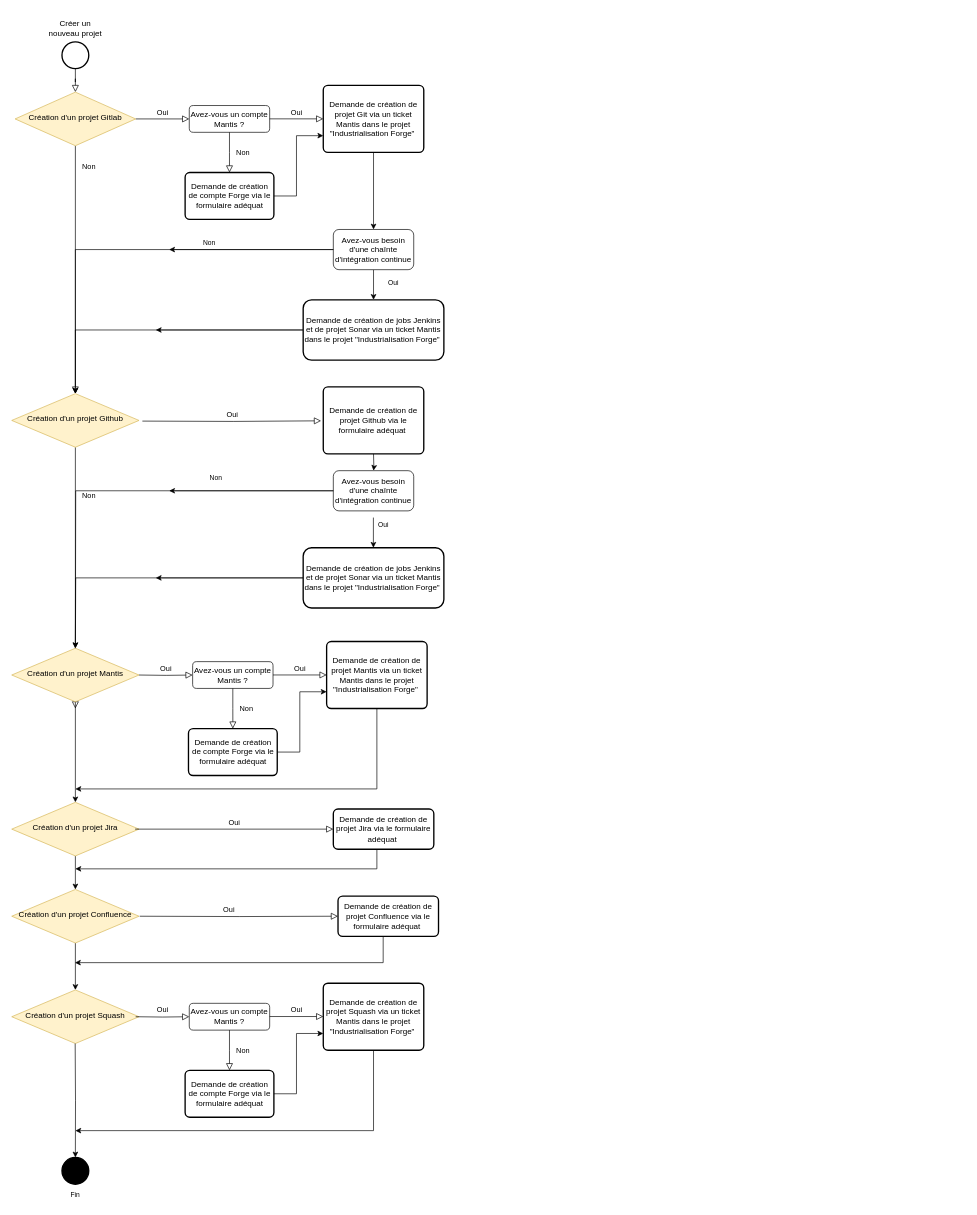
mfaurel/drawio keeps this draw.io diagram as diagrammes/Diagramme sans nom.drawio. Above is the earlier version. Source tidied: cells renumbered, new cells numbered last; positions are measured from the earlier drawing's top-left corner, leaving out a move shared by most shapes. Both pictures are drawn from the tidied source at 67%, with x=0, y=0 at pixel (11, 18).
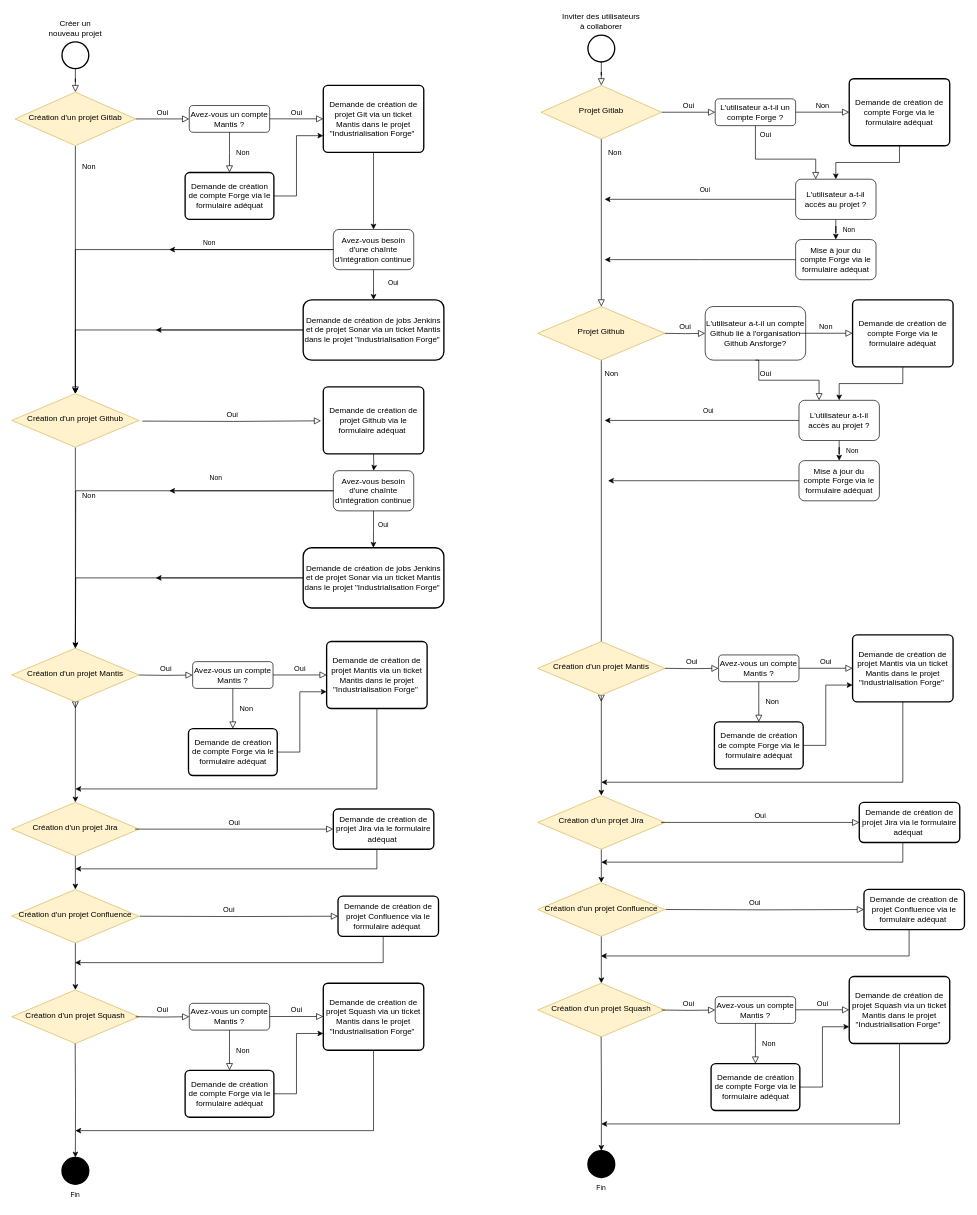
The same diagram, later.

Commit message (it also covers changes not shown here):
Mettre à jour Diagramme sans nom.drawio

Unchanged cells that the change refers to:
```xml
<mxCell id="29" value="Avez-vous besoin d'une chaînte d'intégration continue" style="rounded=1;whiteSpace=wrap;html=1;arcSize=14;strokeWidth=1;" parent="1" vertex="1">
  <mxGeometry x="480" y="675" width="120" height="60" as="geometry" />
</mxCell>
```

Change to the diagram source:
```diff
@@
-    <mxCell id="36" style="edgeStyle=orthogonalEdgeStyle;rounded=0;orthogonalLoop=1;jettySize=auto;html=1;" parent="1" edge="1">
+    <mxCell id="36" style="edgeStyle=orthogonalEdgeStyle;rounded=0;jettySize=auto;html=1;exitX=0.5;exitY=1;exitDx=0;exitDy=0;" parent="1" edge="1" source="29">
       <mxGeometry relative="1" as="geometry">
-        <mxPoint x="539.8" y="745" as="sourcePoint" />
         <mxPoint x="539.8" y="790" as="targetPoint" />
       </mxGeometry>
     </mxCell>
@@
+    <mxCell id="70" style="strokeWidth=2;html=1;shape=mxgraph.flowchart.start_2;whiteSpace=wrap;" parent="1" vertex="1">
+      <mxGeometry x="860" y="25" width="40" height="40" as="geometry" />
+    </mxCell>
+    <mxCell id="71" style="rounded=0;html=1;jettySize=auto;fontSize=11;endArrow=block;endFill=0;endSize=8;strokeWidth=1;shadow=0;labelBackgroundColor=none;edgeStyle=orthogonalEdgeStyle;exitX=0.5;exitY=1;exitDx=0;exitDy=0;exitPerimeter=0;" parent="1" edge="1" source="70" target="74">
+      <mxGeometry relative="1" as="geometry" />
+    </mxCell>
+    <mxCell id="72" value="Non" style="rounded=0;html=1;jettySize=auto;fontSize=11;endArrow=block;endFill=0;endSize=8;strokeWidth=1;shadow=0;labelBackgroundColor=none;edgeStyle=orthogonalEdgeStyle;" parent="1" edge="1" source="74" target="77">
+      <mxGeometry x="-0.83" y="20" relative="1" as="geometry" />
+    </mxCell>
+    <mxCell id="73" value="Oui" style="edgeStyle=orthogonalEdgeStyle;rounded=0;html=1;jettySize=auto;fontSize=11;endArrow=block;endFill=0;endSize=8;strokeWidth=1;shadow=0;labelBackgroundColor=none;" parent="1" edge="1" source="74" target="75">
+      <mxGeometry y="10" relative="1" as="geometry" />
+    </mxCell>
+    <mxCell id="74" value="Projet Gitlab" style="rhombus;whiteSpace=wrap;html=1;shadow=0;fontFamily=Helvetica;fontSize=12;align=center;strokeWidth=1;spacing=6;spacingTop=-4;fillColor=#fff2cc;strokeColor=#d6b656;" parent="1" vertex="1">
+      <mxGeometry x="790" y="100" width="180" height="80" as="geometry" />
+    </mxCell>
+    <mxCell id="75" value="L'utilisateur a-t-il un compte Forge ?" style="rounded=1;whiteSpace=wrap;html=1;fontSize=12;glass=0;strokeWidth=1;shadow=0;" parent="1" vertex="1">
+      <mxGeometry x="1050" y="120" width="120" height="40" as="geometry" />
+    </mxCell>
+    <mxCell id="76" value="Non" style="edgeStyle=orthogonalEdgeStyle;rounded=0;html=1;jettySize=auto;fontSize=11;endArrow=block;endFill=0;endSize=8;strokeWidth=1;shadow=0;labelBackgroundColor=none;" parent="1" edge="1" source="77">
+      <mxGeometry x="-0.92" y="15" relative="1" as="geometry">
+        <mxPoint x="880" y="1020" as="targetPoint" />
+      </mxGeometry>
+    </mxCell>
+    <mxCell id="77" value="Projet Github" style="rhombus;whiteSpace=wrap;html=1;shadow=0;fontFamily=Helvetica;fontSize=12;align=center;strokeWidth=1;spacing=6;spacingTop=-4;fillColor=#fff2cc;strokeColor=#d6b656;" parent="1" vertex="1">
+      <mxGeometry x="785" y="430" width="190" height="80" as="geometry" />
+    </mxCell>
+    <mxCell id="78" value="Inviter des utilisateurs à collaborer" style="text;html=1;strokeColor=none;fillColor=none;align=center;verticalAlign=middle;whiteSpace=wrap;rounded=0;" parent="1" vertex="1">
+      <mxGeometry x="820" y="-10" width="120" height="30" as="geometry" />
+    </mxCell>
+    <mxCell id="79" value="Non" style="edgeStyle=orthogonalEdgeStyle;rounded=0;html=1;jettySize=auto;orthogonalLoop=1;fontSize=11;endArrow=block;endFill=0;endSize=8;strokeWidth=1;shadow=0;labelBackgroundColor=none;" parent="1" edge="1">
+      <mxGeometry y="10" relative="1" as="geometry">
+        <mxPoint x="1170" y="139.9" as="sourcePoint" />
+        <mxPoint x="1250" y="139.9" as="targetPoint" />
+      </mxGeometry>
+    </mxCell>
+    <mxCell id="80" style="edgeStyle=orthogonalEdgeStyle;rounded=0;jettySize=auto;html=1;" parent="1" edge="1" source="81" target="85">
+      <mxGeometry relative="1" as="geometry" />
+    </mxCell>
+    <mxCell id="81" value="Demande de création de compte Forge via le formulaire adéquat" style="rounded=1;whiteSpace=wrap;html=1;absoluteArcSize=1;arcSize=14;strokeWidth=2;" parent="1" vertex="1">
+      <mxGeometry x="1250" y="90" width="150" height="100" as="geometry" />
+    </mxCell>
+    <mxCell id="82" value="Oui" style="rounded=0;html=1;jettySize=auto;fontSize=11;endArrow=block;endFill=0;endSize=8;strokeWidth=1;shadow=0;labelBackgroundColor=none;edgeStyle=orthogonalEdgeStyle;exitX=0.5;exitY=1;exitDx=0;exitDy=0;entryX=0.25;entryY=0;entryDx=0;entryDy=0;" parent="1" edge="1" source="75" target="85">
+      <mxGeometry x="-0.84" y="15" relative="1" as="geometry">
+        <Array as="points">
+          <mxPoint x="1110" y="210" />
+          <mxPoint x="1200" y="210" />
+        </Array>
+      </mxGeometry>
+    </mxCell>
+    <mxCell id="83" style="edgeStyle=orthogonalEdgeStyle;rounded=0;jettySize=auto;html=1;" parent="1" edge="1" source="85">
+      <mxGeometry relative="1" as="geometry">
+        <mxPoint x="885" y="270" as="targetPoint" />
+      </mxGeometry>
+    </mxCell>
+    <mxCell id="84" style="edgeStyle=orthogonalEdgeStyle;rounded=0;jettySize=auto;html=1;" parent="1" edge="1" source="85" target="120">
+      <mxGeometry relative="1" as="geometry" />
+    </mxCell>
+    <mxCell id="85" value="L'utilisateur a-t-il accès au projet ?" style="rounded=1;whiteSpace=wrap;html=1;arcSize=14;strokeWidth=1;" parent="1" vertex="1">
+      <mxGeometry x="1170" y="240" width="120" height="60" as="geometry" />
+    </mxCell>
+    <mxCell id="86" style="edgeStyle=orthogonalEdgeStyle;rounded=0;jettySize=auto;html=1;exitX=0;exitY=0.5;exitDx=0;exitDy=0;" parent="1" edge="1" source="120">
+      <mxGeometry relative="1" as="geometry">
+        <mxPoint x="885" y="360" as="targetPoint" />
+      </mxGeometry>
+    </mxCell>
+    <mxCell id="87" style="edgeStyle=orthogonalEdgeStyle;rounded=0;jettySize=auto;html=1;" parent="1" edge="1" source="88" target="98">
+      <mxGeometry relative="1" as="geometry" />
+    </mxCell>
+    <mxCell id="88" value="Création d'un projet Mantis" style="rhombus;whiteSpace=wrap;html=1;shadow=0;fontFamily=Helvetica;fontSize=12;align=center;strokeWidth=1;spacing=6;spacingTop=-4;fillColor=#fff2cc;strokeColor=#d6b656;" parent="1" vertex="1">
+      <mxGeometry x="785" y="930" width="190" height="80" as="geometry" />
+    </mxCell>
+    <mxCell id="89" value="Oui" style="edgeStyle=orthogonalEdgeStyle;rounded=0;html=1;jettySize=auto;fontSize=11;endArrow=block;endFill=0;endSize=8;strokeWidth=1;shadow=0;labelBackgroundColor=none;" parent="1" edge="1" target="90">
+      <mxGeometry y="10" relative="1" as="geometry">
+        <mxPoint x="975" y="970" as="sourcePoint" />
+      </mxGeometry>
+    </mxCell>
+    <mxCell id="90" value="Avez-vous un compte Mantis ?" style="rounded=1;whiteSpace=wrap;html=1;fontSize=12;glass=0;strokeWidth=1;shadow=0;" parent="1" vertex="1">
+      <mxGeometry x="1055" y="950" width="120" height="40" as="geometry" />
+    </mxCell>
+    <mxCell id="91" value="Oui" style="edgeStyle=orthogonalEdgeStyle;rounded=0;html=1;jettySize=auto;orthogonalLoop=1;fontSize=11;endArrow=block;endFill=0;endSize=8;strokeWidth=1;shadow=0;labelBackgroundColor=none;" parent="1" edge="1">
+      <mxGeometry y="10" relative="1" as="geometry">
+        <mxPoint x="1175" y="969.9" as="sourcePoint" />
+        <mxPoint x="1255" y="969.9" as="targetPoint" />
+      </mxGeometry>
+    </mxCell>
+    <mxCell id="92" style="edgeStyle=orthogonalEdgeStyle;rounded=0;orthogonalLoop=1;jettySize=auto;html=1;exitX=0.5;exitY=1;exitDx=0;exitDy=0;" parent="1" edge="1">
+      <mxGeometry relative="1" as="geometry">
+        <mxPoint x="1330" y="990" as="sourcePoint" />
+        <mxPoint x="880" y="1140" as="targetPoint" />
+        <Array as="points">
+          <mxPoint x="1330" y="1140" />
+        </Array>
+      </mxGeometry>
+    </mxCell>
+    <mxCell id="93" value="Demande de création de projet Mantis via un ticket Mantis dans le projet &quot;Industrialisation Forge&quot;&amp;nbsp;" style="rounded=1;whiteSpace=wrap;html=1;absoluteArcSize=1;arcSize=14;strokeWidth=2;" parent="1" vertex="1">
+      <mxGeometry x="1255" y="920" width="150" height="100" as="geometry" />
+    </mxCell>
+    <mxCell id="94" value="Non" style="rounded=0;html=1;jettySize=auto;fontSize=11;endArrow=block;endFill=0;endSize=8;strokeWidth=1;shadow=0;labelBackgroundColor=none;edgeStyle=orthogonalEdgeStyle;exitX=0.5;exitY=1;exitDx=0;exitDy=0;entryX=0.5;entryY=0;entryDx=0;entryDy=0;" parent="1" edge="1" source="90" target="95">
+      <mxGeometry y="20" relative="1" as="geometry" />
+    </mxCell>
+    <mxCell id="95" value="Demande de création de compte Forge via le formulaire adéquat" style="rounded=1;whiteSpace=wrap;html=1;absoluteArcSize=1;arcSize=14;strokeWidth=2;" parent="1" vertex="1">
+      <mxGeometry x="1048.8" y="1050" width="132.5" height="70" as="geometry" />
+    </mxCell>
+    <mxCell id="96" style="endArrow=classic;html=1;rounded=0;exitX=1;exitY=0.5;exitDx=0;exitDy=0;entryX=0;entryY=0.75;entryDx=0;entryDy=0;" parent="1" edge="1" source="95" target="93">
+      <mxGeometry relative="1" as="geometry">
+        <Array as="points">
+          <mxPoint x="1215" y="1085" />
+          <mxPoint x="1215" y="995" />
+        </Array>
+      </mxGeometry>
+    </mxCell>
+    <mxCell id="97" style="edgeStyle=orthogonalEdgeStyle;rounded=0;jettySize=auto;html=1;" parent="1" edge="1" source="98" target="103">
+      <mxGeometry relative="1" as="geometry" />
+    </mxCell>
+    <mxCell id="98" value="Création d'un projet Jira" style="rhombus;whiteSpace=wrap;html=1;shadow=0;fontFamily=Helvetica;fontSize=12;align=center;strokeWidth=1;spacing=6;spacingTop=-4;fillColor=#fff2cc;strokeColor=#d6b656;" parent="1" vertex="1">
+      <mxGeometry x="785" y="1160" width="190" height="80" as="geometry" />
+    </mxCell>
+    <mxCell id="99" value="Oui" style="edgeStyle=orthogonalEdgeStyle;rounded=0;html=1;jettySize=auto;fontSize=11;endArrow=block;endFill=0;endSize=8;strokeWidth=1;shadow=0;labelBackgroundColor=none;exitX=0.969;exitY=0.5;exitDx=0;exitDy=0;exitPerimeter=0;entryX=0;entryY=0.5;entryDx=0;entryDy=0;" parent="1" edge="1" source="98" target="101">
+      <mxGeometry y="10" relative="1" as="geometry" />
+    </mxCell>
+    <mxCell id="100" style="edgeStyle=orthogonalEdgeStyle;rounded=0;orthogonalLoop=1;jettySize=auto;html=1;exitX=0.461;exitY=1.028;exitDx=0;exitDy=0;exitPerimeter=0;" parent="1" edge="1">
+      <mxGeometry relative="1" as="geometry">
+        <mxPoint x="1331.2" y="1210" as="sourcePoint" />
+        <mxPoint x="880" y="1259.3" as="targetPoint" />
+        <Array as="points">
+          <mxPoint x="1331" y="1228.3" />
+          <mxPoint x="1330" y="1228.3" />
+          <mxPoint x="1330" y="1259.3" />
+        </Array>
+      </mxGeometry>
+    </mxCell>
+    <mxCell id="101" value="Demande de création de projet Jira via le formulaire adéquat&amp;nbsp;" style="rounded=1;whiteSpace=wrap;html=1;absoluteArcSize=1;arcSize=14;strokeWidth=2;" parent="1" vertex="1">
+      <mxGeometry x="1265" y="1170" width="150" height="60" as="geometry" />
+    </mxCell>
+    <mxCell id="102" style="edgeStyle=orthogonalEdgeStyle;rounded=0;jettySize=auto;html=1;" parent="1" edge="1" source="103" target="107">
+      <mxGeometry relative="1" as="geometry" />
+    </mxCell>
+    <mxCell id="103" value="Création d'un projet Confluence" style="rhombus;whiteSpace=wrap;html=1;shadow=0;fontFamily=Helvetica;fontSize=12;align=center;strokeWidth=1;spacing=6;spacingTop=-4;fillColor=#fff2cc;strokeColor=#d6b656;" parent="1" vertex="1">
+      <mxGeometry x="785" y="1290" width="190" height="80" as="geometry" />
+    </mxCell>
+    <mxCell id="104" value="Oui" style="edgeStyle=orthogonalEdgeStyle;rounded=0;html=1;jettySize=auto;fontSize=11;endArrow=block;endFill=0;endSize=8;strokeWidth=1;shadow=0;labelBackgroundColor=none;entryX=0;entryY=0.5;entryDx=0;entryDy=0;" parent="1" edge="1" target="106">
+      <mxGeometry x="-0.1" y="10" relative="1" as="geometry">
+        <mxPoint x="976" y="1330" as="sourcePoint" />
+      </mxGeometry>
+    </mxCell>
+    <mxCell id="105" style="edgeStyle=orthogonalEdgeStyle;rounded=0;orthogonalLoop=1;jettySize=auto;html=1;exitX=0.461;exitY=1.028;exitDx=0;exitDy=0;exitPerimeter=0;" parent="1" edge="1">
+      <mxGeometry relative="1" as="geometry">
+        <mxPoint x="1340.6" y="1350" as="sourcePoint" />
+        <mxPoint x="879.4" y="1399.3" as="targetPoint" />
+        <Array as="points">
+          <mxPoint x="1339.4" y="1350.3" />
+          <mxPoint x="1339.4" y="1399.3" />
+        </Array>
+      </mxGeometry>
+    </mxCell>
+    <mxCell id="106" value="Demande de création de projet Confluence via le formulaire adéquat&amp;nbsp;" style="rounded=1;whiteSpace=wrap;html=1;absoluteArcSize=1;arcSize=14;strokeWidth=2;" parent="1" vertex="1">
+      <mxGeometry x="1272" y="1300" width="150" height="60" as="geometry" />
+    </mxCell>
+    <mxCell id="107" value="Création d'un projet Squash" style="rhombus;whiteSpace=wrap;html=1;shadow=0;fontFamily=Helvetica;fontSize=12;align=center;strokeWidth=1;spacing=6;spacingTop=-4;fillColor=#fff2cc;strokeColor=#d6b656;" parent="1" vertex="1">
+      <mxGeometry x="785" y="1440" width="190" height="80" as="geometry" />
+    </mxCell>
+    <mxCell id="108" value="Oui" style="edgeStyle=orthogonalEdgeStyle;rounded=0;html=1;jettySize=auto;fontSize=11;endArrow=block;endFill=0;endSize=8;strokeWidth=1;shadow=0;labelBackgroundColor=none;" parent="1" edge="1" target="109">
+      <mxGeometry x="0.02" y="10" relative="1" as="geometry">
+        <mxPoint x="970" y="1480" as="sourcePoint" />
+      </mxGeometry>
+    </mxCell>
+    <mxCell id="109" value="Avez-vous un compte Mantis ?" style="rounded=1;whiteSpace=wrap;html=1;fontSize=12;glass=0;strokeWidth=1;shadow=0;" parent="1" vertex="1">
+      <mxGeometry x="1050" y="1460" width="120" height="40" as="geometry" />
+    </mxCell>
+    <mxCell id="110" style="edgeStyle=orthogonalEdgeStyle;rounded=0;orthogonalLoop=1;jettySize=auto;html=1;exitX=0.5;exitY=1;exitDx=0;exitDy=0;" parent="1" edge="1">
+      <mxGeometry relative="1" as="geometry">
+        <mxPoint x="1325" y="1500" as="sourcePoint" />
+        <mxPoint x="880" y="1650" as="targetPoint" />
+        <Array as="points">
+          <mxPoint x="1325" y="1650" />
+        </Array>
+      </mxGeometry>
+    </mxCell>
+    <mxCell id="111" value="Demande de création de projet Squash via un ticket Mantis dans le projet &quot;Industrialisation Forge&quot;&amp;nbsp;" style="rounded=1;whiteSpace=wrap;html=1;absoluteArcSize=1;arcSize=14;strokeWidth=2;" parent="1" vertex="1">
+      <mxGeometry x="1250" y="1430" width="150" height="100" as="geometry" />
+    </mxCell>
+    <mxCell id="112" value="Non" style="rounded=0;html=1;jettySize=auto;fontSize=11;endArrow=block;endFill=0;endSize=8;strokeWidth=1;shadow=0;labelBackgroundColor=none;edgeStyle=orthogonalEdgeStyle;exitX=0.5;exitY=1;exitDx=0;exitDy=0;entryX=0.5;entryY=0;entryDx=0;entryDy=0;" parent="1" edge="1" source="109" target="113">
+      <mxGeometry y="20" relative="1" as="geometry" />
+    </mxCell>
+    <mxCell id="113" value="Demande de création de compte Forge via le formulaire adéquat" style="rounded=1;whiteSpace=wrap;html=1;absoluteArcSize=1;arcSize=14;strokeWidth=2;" parent="1" vertex="1">
+      <mxGeometry x="1043.8" y="1560" width="132.5" height="70" as="geometry" />
+    </mxCell>
+    <mxCell id="114" style="endArrow=classic;html=1;rounded=0;exitX=1;exitY=0.5;exitDx=0;exitDy=0;entryX=0;entryY=0.75;entryDx=0;entryDy=0;" parent="1" edge="1" source="113" target="111">
+      <mxGeometry relative="1" as="geometry">
+        <Array as="points">
+          <mxPoint x="1210" y="1595" />
+          <mxPoint x="1210" y="1505" />
+        </Array>
+      </mxGeometry>
+    </mxCell>
+    <mxCell id="115" value="Oui" style="edgeStyle=orthogonalEdgeStyle;rounded=0;html=1;jettySize=auto;orthogonalLoop=1;fontSize=11;endArrow=block;endFill=0;endSize=8;strokeWidth=1;shadow=0;labelBackgroundColor=none;" parent="1" edge="1">
+      <mxGeometry y="10" relative="1" as="geometry">
+        <mxPoint x="1170" y="1479.7" as="sourcePoint" />
+        <mxPoint x="1250" y="1479.7" as="targetPoint" />
+      </mxGeometry>
+    </mxCell>
+    <mxCell id="116" style="edgeStyle=orthogonalEdgeStyle;rounded=0;orthogonalLoop=1;jettySize=auto;html=1;" parent="1" edge="1">
+      <mxGeometry relative="1" as="geometry">
+        <mxPoint x="879.7" y="1520" as="sourcePoint" />
+        <mxPoint x="880" y="1690" as="targetPoint" />
+      </mxGeometry>
+    </mxCell>
+    <mxCell id="117" style="strokeWidth=2;html=1;shape=mxgraph.flowchart.start_2;whiteSpace=wrap;fillColor=#000000;" parent="1" vertex="1">
+      <mxGeometry x="860" y="1690" width="40" height="40" as="geometry" />
+    </mxCell>
+    <mxCell id="118" value="&lt;font style=&quot;font-size: 10px;&quot;&gt;Fin&lt;/font&gt;" style="text;strokeColor=none;align=center;fillColor=none;html=1;verticalAlign=middle;whiteSpace=wrap;rounded=0;" parent="1" vertex="1">
+      <mxGeometry x="850" y="1730" width="60" height="30" as="geometry" />
+    </mxCell>
+    <mxCell id="119" value="&lt;font style=&quot;font-size: 10px;&quot;&gt;Oui&lt;/font&gt;" style="text;strokeColor=none;align=center;fillColor=none;html=1;verticalAlign=middle;whiteSpace=wrap;rounded=0;" parent="1" vertex="1">
+      <mxGeometry x="1005" y="240" width="60" height="30" as="geometry" />
+    </mxCell>
+    <mxCell id="120" value="Mise à jour du compte Forge via le formulaire adéquat" style="rounded=1;whiteSpace=wrap;html=1;arcSize=14;strokeWidth=1;" parent="1" vertex="1">
+      <mxGeometry x="1170" y="330" width="120" height="60" as="geometry" />
+    </mxCell>
+    <mxCell id="121" value="&lt;font style=&quot;font-size: 10px;&quot;&gt;Non&lt;/font&gt;" style="text;strokeColor=none;align=center;fillColor=none;html=1;verticalAlign=middle;whiteSpace=wrap;rounded=0;" parent="1" vertex="1">
+      <mxGeometry x="1220" y="300" width="60" height="30" as="geometry" />
+    </mxCell>
+    <mxCell id="122" value="Oui" style="edgeStyle=orthogonalEdgeStyle;rounded=0;html=1;jettySize=auto;fontSize=11;endArrow=block;endFill=0;endSize=8;strokeWidth=1;shadow=0;labelBackgroundColor=none;" parent="1" edge="1" target="123">
+      <mxGeometry y="10" relative="1" as="geometry">
+        <mxPoint x="975" y="470" as="sourcePoint" />
+      </mxGeometry>
+    </mxCell>
+    <mxCell id="123" value="L'utilisateur a-t-il un compte Github lié à l'organisation Github Ansforge?" style="rounded=1;whiteSpace=wrap;html=1;fontSize=12;glass=0;strokeWidth=1;shadow=0;" parent="1" vertex="1">
+      <mxGeometry x="1035" y="430" width="150" height="80" as="geometry" />
+    </mxCell>
+    <mxCell id="124" value="Non" style="edgeStyle=orthogonalEdgeStyle;rounded=0;html=1;jettySize=auto;orthogonalLoop=1;fontSize=11;endArrow=block;endFill=0;endSize=8;strokeWidth=1;shadow=0;labelBackgroundColor=none;" parent="1" edge="1">
+      <mxGeometry y="10" relative="1" as="geometry">
+        <mxPoint x="1175" y="469.9" as="sourcePoint" />
+        <mxPoint x="1255" y="469.9" as="targetPoint" />
+      </mxGeometry>
+    </mxCell>
+    <mxCell id="125" style="edgeStyle=orthogonalEdgeStyle;rounded=0;jettySize=auto;html=1;" parent="1" edge="1" source="126" target="130">
+      <mxGeometry relative="1" as="geometry" />
+    </mxCell>
+    <mxCell id="126" value="Demande de création de compte Forge via le formulaire adéquat" style="rounded=1;whiteSpace=wrap;html=1;absoluteArcSize=1;arcSize=14;strokeWidth=2;" parent="1" vertex="1">
+      <mxGeometry x="1255" y="420" width="150" height="100" as="geometry" />
+    </mxCell>
+    <mxCell id="127" value="Oui" style="rounded=0;html=1;jettySize=auto;fontSize=11;endArrow=block;endFill=0;endSize=8;strokeWidth=1;shadow=0;labelBackgroundColor=none;edgeStyle=orthogonalEdgeStyle;exitX=0.5;exitY=1;exitDx=0;exitDy=0;entryX=0.25;entryY=0;entryDx=0;entryDy=0;" parent="1" edge="1" source="123" target="130">
+      <mxGeometry x="-0.42" y="10" relative="1" as="geometry">
+        <Array as="points">
+          <mxPoint x="1115" y="540" />
+          <mxPoint x="1205" y="540" />
+        </Array>
+      </mxGeometry>
+    </mxCell>
+    <mxCell id="128" style="edgeStyle=orthogonalEdgeStyle;rounded=0;jettySize=auto;html=1;" parent="1" edge="1" source="130">
+      <mxGeometry relative="1" as="geometry">
+        <mxPoint x="885" y="600" as="targetPoint" />
+      </mxGeometry>
+    </mxCell>
+    <mxCell id="129" style="edgeStyle=orthogonalEdgeStyle;rounded=0;jettySize=auto;html=1;" parent="1" edge="1" source="130" target="133">
+      <mxGeometry relative="1" as="geometry" />
+    </mxCell>
+    <mxCell id="130" value="L'utilisateur a-t-il accès au projet ?" style="rounded=1;whiteSpace=wrap;html=1;arcSize=14;strokeWidth=1;" parent="1" vertex="1">
+      <mxGeometry x="1175" y="570" width="120" height="60" as="geometry" />
+    </mxCell>
+    <mxCell id="131" style="edgeStyle=orthogonalEdgeStyle;rounded=0;jettySize=auto;html=1;exitX=0;exitY=0.5;exitDx=0;exitDy=0;" parent="1" edge="1" source="133">
+      <mxGeometry relative="1" as="geometry">
+        <mxPoint x="890" y="690" as="targetPoint" />
+      </mxGeometry>
+    </mxCell>
+    <mxCell id="132" value="&lt;font style=&quot;font-size: 10px;&quot;&gt;Oui&lt;/font&gt;" style="text;strokeColor=none;align=center;fillColor=none;html=1;verticalAlign=middle;whiteSpace=wrap;rounded=0;" parent="1" vertex="1">
+      <mxGeometry x="1010" y="570" width="60" height="30" as="geometry" />
+    </mxCell>
+    <mxCell id="133" value="Mise à jour du compte Forge via le formulaire adéquat" style="rounded=1;whiteSpace=wrap;html=1;arcSize=14;strokeWidth=1;" parent="1" vertex="1">
+      <mxGeometry x="1175" y="660" width="120" height="60" as="geometry" />
+    </mxCell>
+    <mxCell id="134" value="&lt;font style=&quot;font-size: 10px;&quot;&gt;Non&lt;/font&gt;" style="text;strokeColor=none;align=center;fillColor=none;html=1;verticalAlign=middle;whiteSpace=wrap;rounded=0;" parent="1" vertex="1">
+      <mxGeometry x="1225" y="630" width="60" height="30" as="geometry" />
+    </mxCell>
```
